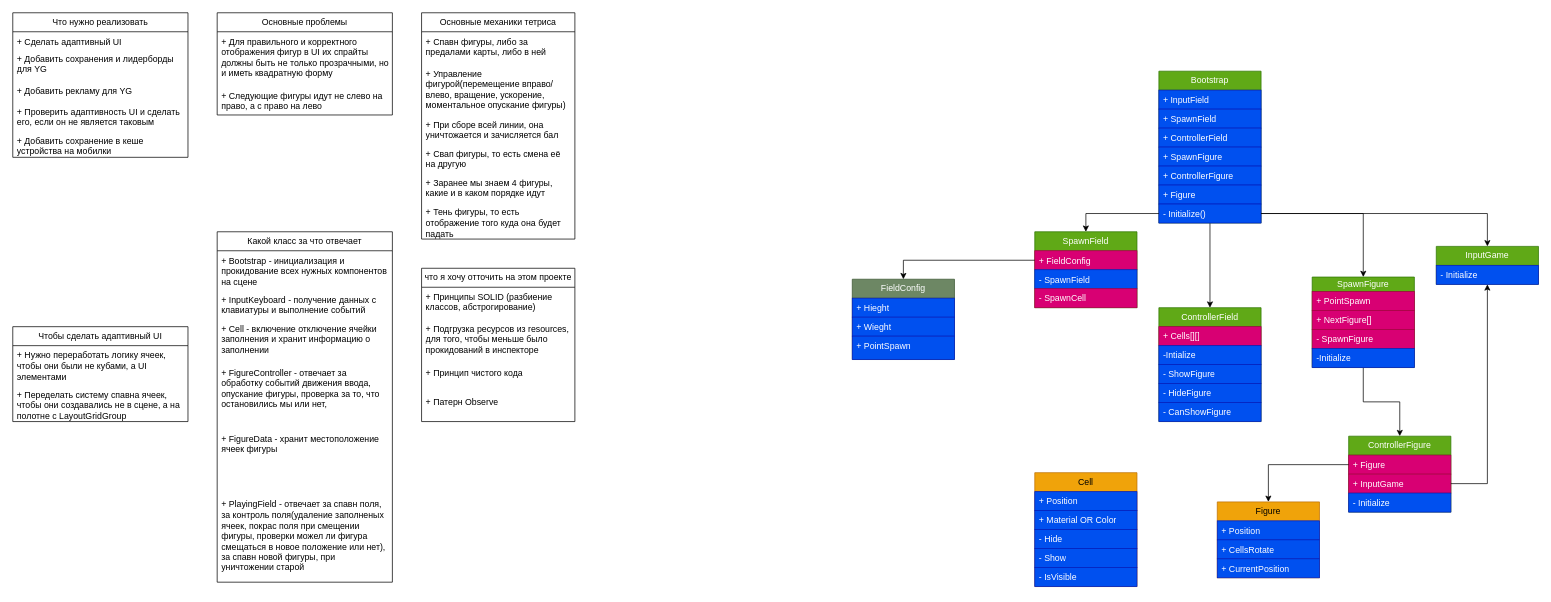
Above: TetrisGame.drawio in Bablakov/Tetris (draw.io), before the change. Source tidied: cells renumbered, new cells numbered last; positions are measured from the earlier drawing's top-left corner, leaving out a move shared by most shapes. Both pictures are drawn from the tidied source at 73%, with x=0, y=0 at pixel (12, 12).
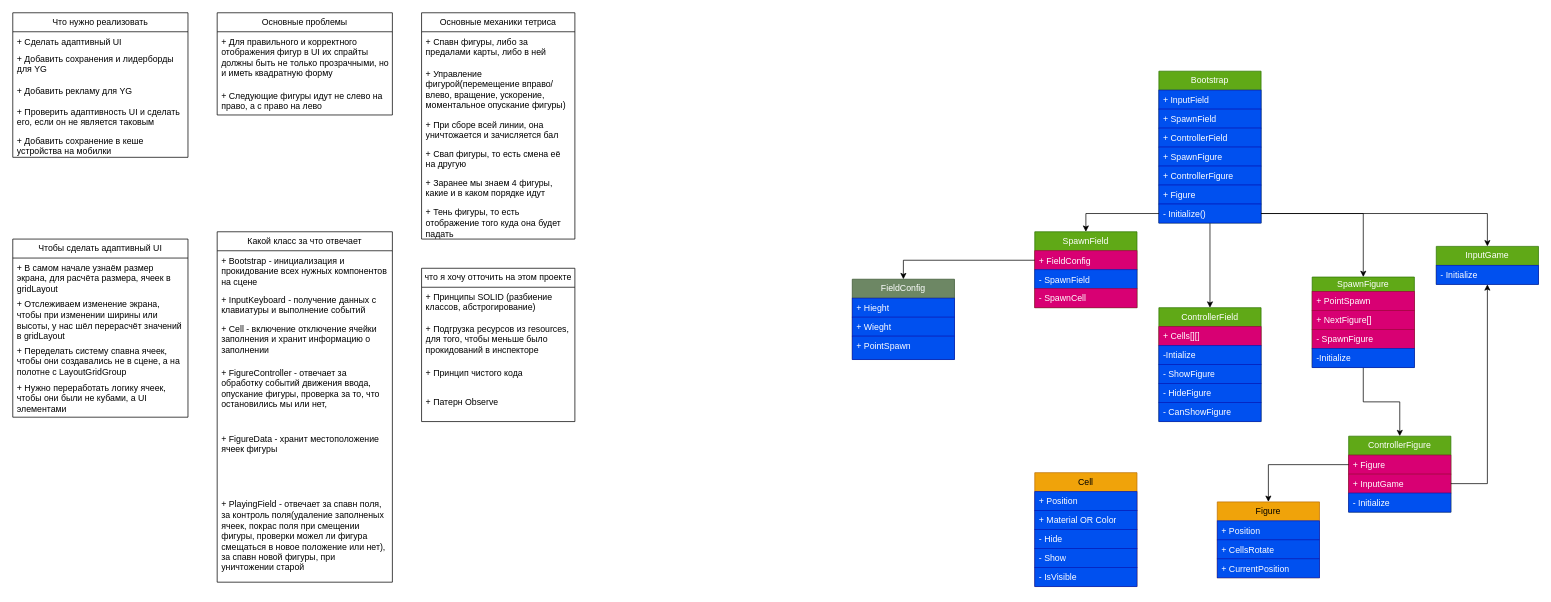
The same diagram, later.

The edit, as a diff of the source:
```diff
@@
     <mxCell id="81" value="&lt;div style=&quot;text-align: left;&quot;&gt;&lt;span style=&quot;background-color: initial;&quot;&gt;Чтобы сделать адаптивный UI&lt;/span&gt;&lt;/div&gt;" style="swimlane;fontStyle=0;horizontal=1;startSize=26;fillColor=none;whiteSpace=wrap;html=1;" parent="1" vertex="1">
-      <mxGeometry y="430" width="240" height="130" as="geometry" />
+      <mxGeometry y="310" width="240" height="244" as="geometry" />
     </mxCell>
+    <mxCell id="84" value="+ В самом начале узнаём размер экрана, для расчёта размера, ячеек в gridLayout" style="text;strokeColor=none;fillColor=none;align=left;verticalAlign=top;spacingLeft=4;spacingRight=4;overflow=hidden;whiteSpace=wrap;html=1;" parent="81" vertex="1">
+      <mxGeometry y="26" width="240" height="50" as="geometry" />
+    </mxCell>
+    <mxCell id="85" value="+ Отслеживаем изменение экрана, чтобы при изменении ширины или высоты, у нас шёл перерасчёт значений в gridLayout" style="text;strokeColor=none;fillColor=none;align=left;verticalAlign=top;spacingLeft=4;spacingRight=4;overflow=hidden;whiteSpace=wrap;html=1;" parent="81" vertex="1">
+      <mxGeometry y="76" width="240" height="64" as="geometry" />
+    </mxCell>
+    <mxCell id="83" value="&lt;div&gt;+ Переделать систему спавна ячеек, чтобы они создавались не в сцене, а на полотне с LayoutGridGroup&lt;/div&gt;" style="text;strokeColor=none;fillColor=none;align=left;verticalAlign=top;spacingLeft=4;spacingRight=4;overflow=hidden;whiteSpace=wrap;html=1;" parent="81" vertex="1">
+      <mxGeometry y="140" width="240" height="50" as="geometry" />
+    </mxCell>
     <mxCell id="82" value="+ Нужно переработать логику ячеек, чтобы они были не кубами, а UI элементами" style="text;strokeColor=none;fillColor=none;align=left;verticalAlign=top;spacingLeft=4;spacingRight=4;overflow=hidden;whiteSpace=wrap;html=1;" parent="81" vertex="1">
-      <mxGeometry y="26" width="240" height="54" as="geometry" />
+      <mxGeometry y="190" width="240" height="54" as="geometry" />
     </mxCell>
-    <mxCell id="83" value="&lt;div&gt;+ Переделать систему спавна ячеек, чтобы они создавались не в сцене, а на полотне с LayoutGridGroup&lt;/div&gt;" style="text;strokeColor=none;fillColor=none;align=left;verticalAlign=top;spacingLeft=4;spacingRight=4;overflow=hidden;whiteSpace=wrap;html=1;" parent="81" vertex="1">
-      <mxGeometry y="80" width="240" height="50" as="geometry" />
-    </mxCell>
```
